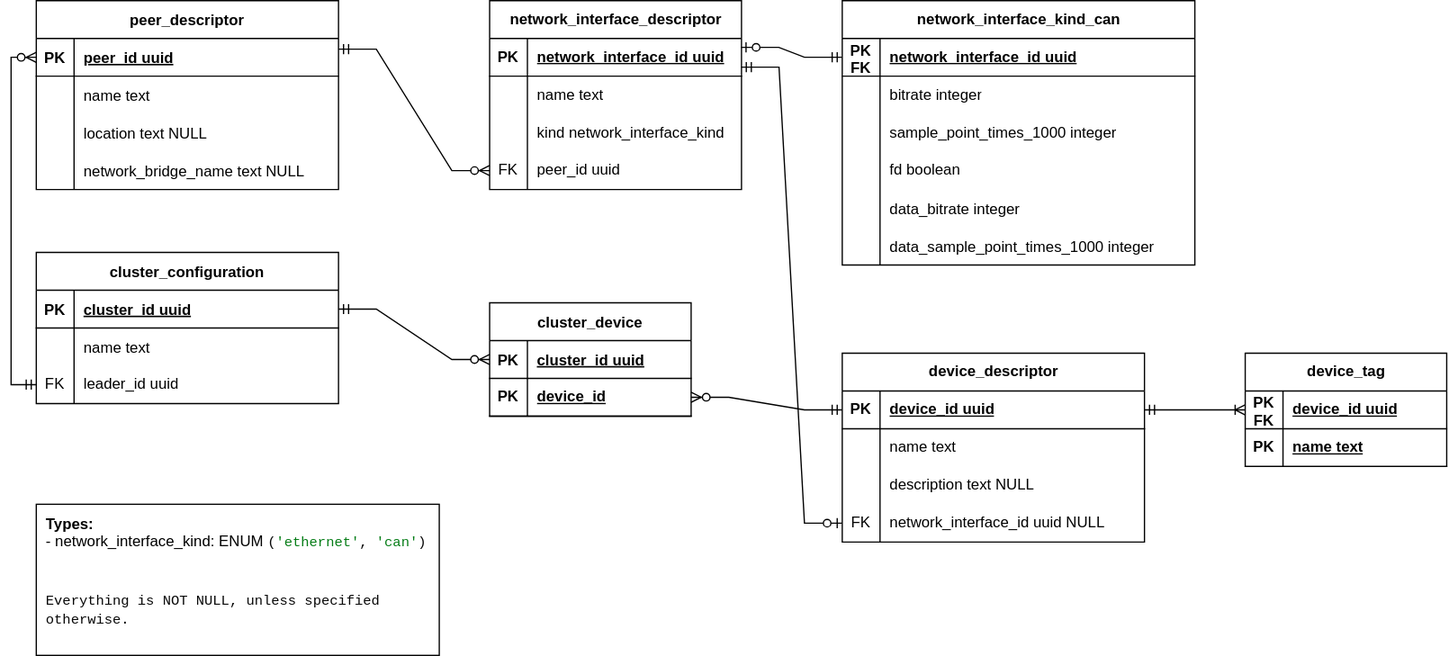
eclipse-opendut/opendut keeps this draw.io diagram as doc/src/architecture/carl/img/database-schema.svg. Above is the earlier version. Source tidied: cells renumbered, new cells last; positions are measured from the earlier drawing's top-left corner, leaving out a move shared by most shapes.
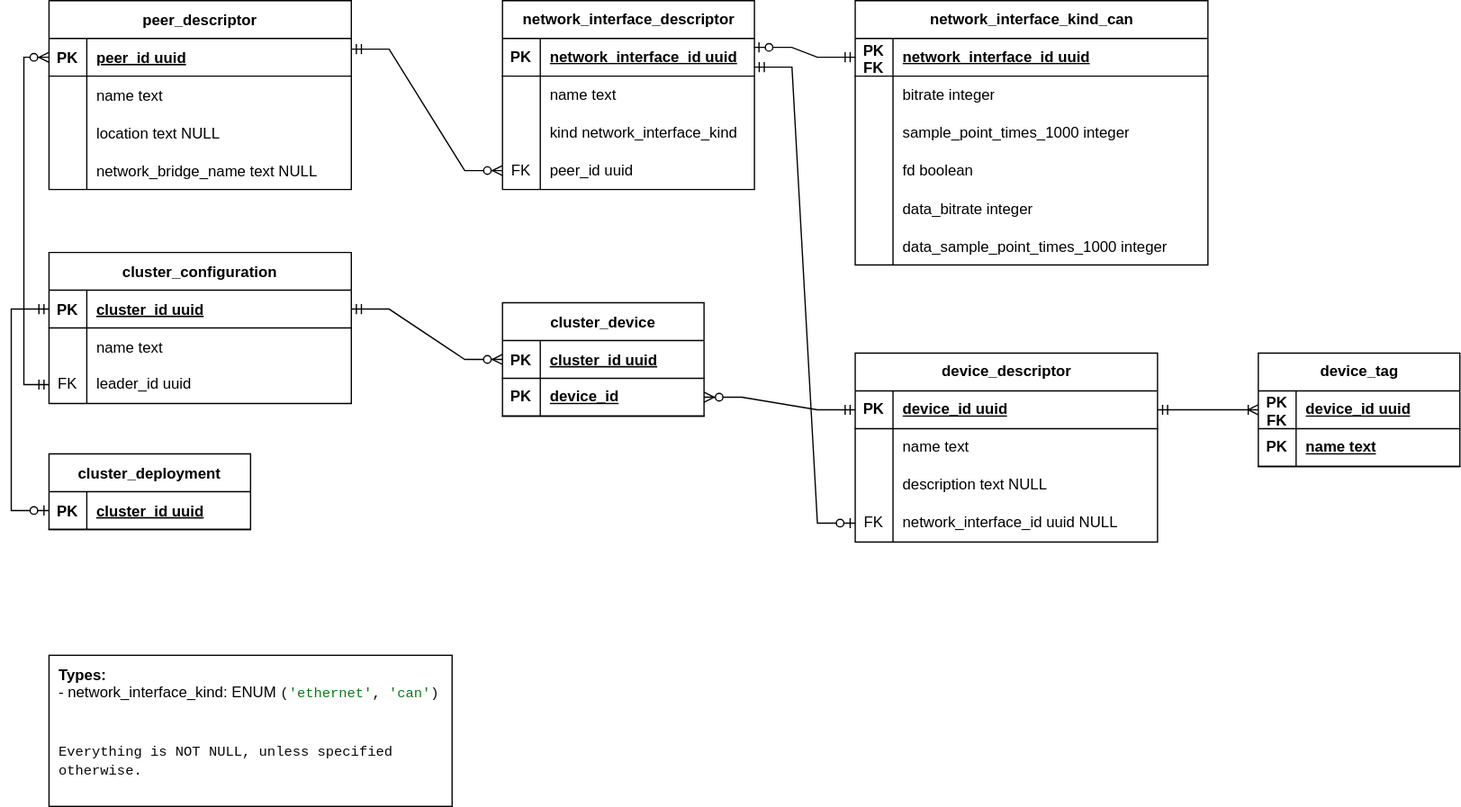
The same diagram one commit later.

What changed in the source:
```diff
@@ -144,7 +144,7 @@
       <mxGeometry relative="1" as="geometry" />
     </mxCell>
     <mxCell id="49" value="&lt;b&gt;Types:&lt;/b&gt;&lt;br&gt;- network_interface_kind:&amp;nbsp;ENUM &lt;span style=&quot;font-family: &amp;quot;Fira Code&amp;quot;, monospace; font-size: 8.3pt; background-color: rgb(255, 255, 255); color: rgb(8, 8, 8);&quot;&gt;(&lt;/span&gt;&lt;span style=&quot;font-family: &amp;quot;Fira Code&amp;quot;, monospace; font-size: 8.3pt; background-color: rgb(255, 255, 255); color: rgb(6, 125, 23);&quot;&gt;'ethernet'&lt;/span&gt;&lt;span style=&quot;font-family: &amp;quot;Fira Code&amp;quot;, monospace; font-size: 8.3pt; background-color: rgb(255, 255, 255); color: rgb(8, 8, 8);&quot;&gt;, &lt;/span&gt;&lt;span style=&quot;font-family: &amp;quot;Fira Code&amp;quot;, monospace; font-size: 8.3pt; background-color: rgb(255, 255, 255); color: rgb(6, 125, 23);&quot;&gt;'can'&lt;/span&gt;&lt;span style=&quot;font-family: &amp;quot;Fira Code&amp;quot;, monospace; font-size: 8.3pt; background-color: rgb(255, 255, 255); color: rgb(8, 8, 8);&quot;&gt;)&lt;br&gt;&lt;br&gt;&lt;br&gt;Everything is NOT NULL, unless specified otherwise.&lt;br&gt;&lt;/span&gt;" style="text;html=1;strokeColor=default;fillColor=none;align=left;verticalAlign=top;whiteSpace=wrap;rounded=0;spacing=4;spacingTop=0;spacingBottom=0;horizontal=1;spacingLeft=4;glass=0;shadow=0;" parent="1" vertex="1">
-      <mxGeometry x="20" y="400" width="320" height="120" as="geometry" />
+      <mxGeometry x="20" y="520" width="320" height="120" as="geometry" />
     </mxCell>
     <mxCell id="50" value="device_descriptor" style="shape=table;startSize=30;rowLines=0;fontStyle=1;align=center;html=1;" parent="1" vertex="1">
       <mxGeometry x="660" y="280" width="240" height="150" as="geometry" />
@@ -277,5 +277,25 @@
     <mxCell id="91" style="edgeStyle=entityRelationEdgeStyle;fontSize=12;html=1;endArrow=ERzeroToMany;startArrow=ERmandOne;rounded=0;exitX=0;exitY=0.5;exitDx=0;exitDy=0;" parent="1" edge="1" source="51" target="87">
       <mxGeometry relative="1" as="geometry" />
     </mxCell>
+    <mxCell id="92" value="cluster_deployment" style="shape=table;startSize=30;rowLines=0;fontStyle=1;align=center;" parent="1" vertex="1">
+      <mxGeometry x="20" y="360" width="160" height="60" as="geometry" />
+    </mxCell>
+    <mxCell id="93" style="shape=partialRectangle;fillColor=none;points=[[0,0.5],[1,0.5]];portConstraint=eastwest;top=0;left=0;right=0;bottom=1;" parent="92" vertex="1">
+      <mxGeometry y="30" width="160" height="30" as="geometry" />
+    </mxCell>
+    <mxCell id="94" value="PK" style="shape=partialRectangle;overflow=hidden;fillColor=none;top=0;left=0;bottom=0;right=0;fontStyle=1;" parent="93" vertex="1">
+      <mxGeometry width="30" height="30" as="geometry" />
+    </mxCell>
+    <mxCell id="95" value="cluster_id uuid" style="shape=partialRectangle;overflow=hidden;fillColor=none;top=0;left=0;bottom=0;right=0;align=left;spacingLeft=6;fontStyle=5;" parent="93" vertex="1">
+      <mxGeometry x="30" width="130" height="30" as="geometry" />
+    </mxCell>
+    <mxCell id="96" style="edgeStyle=orthogonalEdgeStyle;fontSize=12;html=1;endArrow=ERzeroToOne;startArrow=ERmandOne;rounded=0;entryX=0;entryY=0.5;entryDx=0;entryDy=0;exitX=0;exitY=0.5;exitDx=0;exitDy=0;" parent="1" edge="1" source="73" target="93">
+      <mxGeometry relative="1" as="geometry">
+        <Array as="points">
+          <mxPoint x="-10" y="245" />
+          <mxPoint x="-10" y="405" />
+        </Array>
+      </mxGeometry>
+    </mxCell>
   </root>
 </mxGraphModel>
```
